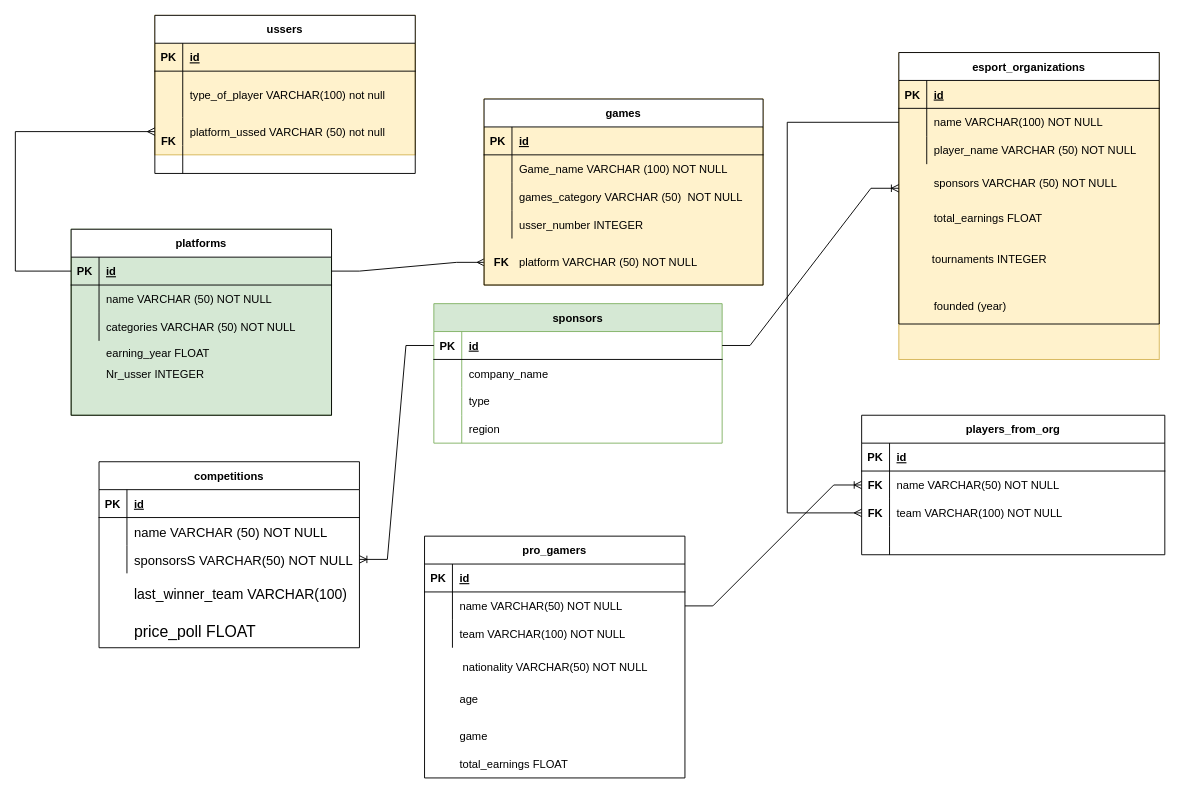
MaticA26/amatica_db_project keeps this draw.io diagram as Diagramă fără titlu.drawio. Above is the earlier version. Source tidied: cells renumbered, new cells numbered last; positions are measured from the earlier drawing's top-left corner, leaving out a move shared by most shapes. Both pictures are drawn from the tidied source at 93%, with x=0, y=0 at pixel (15, 15).
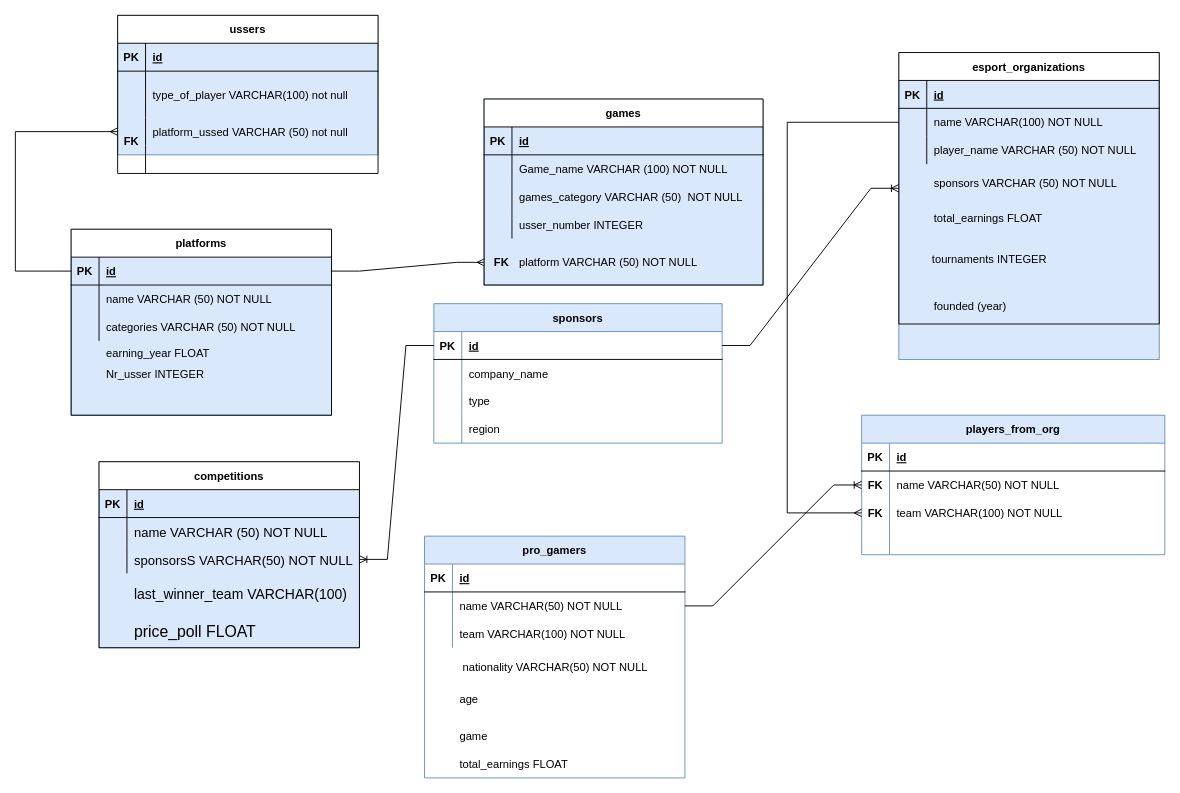
Above is the later version.

Unchanged cells that the change refers to:
```xml
<mxCell id="60" style="group;" parent="1" vertex="1">
  <mxGeometry x="440" y="560" width="280" height="260" as="geometry" />
</mxCell>
```

What changed in the source:
```diff
@@
-    <mxCell id="4" style="group;fillColor=#d5e8d4;strokeColor=#82b366;" parent="1" vertex="1">
+    <mxCell id="4" style="group;fillColor=#dae8fc;strokeColor=#6c8ebf;" parent="1" vertex="1">
       <mxGeometry x="60" y="230" width="280" height="200" as="geometry" />
     </mxCell>
@@
-    <mxCell id="17" style="group;fillColor=#fff2cc;strokeColor=#d6b656;" parent="1" vertex="1">
-      <mxGeometry x="150" width="280" height="150" as="geometry" />
+    <mxCell id="17" style="group;fillColor=#dae8fc;strokeColor=#6c8ebf;" parent="1" vertex="1">
+      <mxGeometry x="110" width="280" height="150" as="geometry" />
     </mxCell>
@@
-    <mxCell id="32" value="&#10;&#10;" style="group;" parent="1" vertex="1">
+    <mxCell id="32" value="&#10;&#10;" style="group;fillColor=#dae8fc;strokeColor=#6c8ebf;" parent="1" vertex="1">
       <mxGeometry x="90" y="480" width="280" height="200" as="geometry" />
     </mxCell>
@@
-    <mxCell id="45" style="group;fillColor=#fff2cc;strokeColor=#d6b656;" parent="1" vertex="1">
+    <mxCell id="45" style="group;fillColor=#dae8fc;strokeColor=#6c8ebf;" parent="1" vertex="1">
       <mxGeometry x="950" y="40" width="280" height="330" as="geometry" />
     </mxCell>
@@
-    <mxCell id="61" value="pro_gamers" style="shape=table;startSize=30;childLayout=tableLayout;rowLines=0;fontStyle=1;align=center;" parent="60" vertex="1">
+    <mxCell id="61" value="pro_gamers" style="shape=table;startSize=30;childLayout=tableLayout;rowLines=0;fontStyle=1;align=center;fillColor=#dae8fc;strokeColor=#6c8ebf;" parent="60" vertex="1">
       <mxGeometry width="280" height="260" as="geometry" />
     </mxCell>
@@
-    <mxCell id="76" style="group;fillColor=#fff2cc;strokeColor=#d6b656;" parent="1" vertex="1">
+    <mxCell id="76" style="group;fillColor=#dae8fc;strokeColor=#6c8ebf;" parent="1" vertex="1">
       <mxGeometry x="504" y="90" width="300" height="200" as="geometry" />
     </mxCell>
@@
-    <mxCell id="94" value="players_from_org" style="shape=table;startSize=30;childLayout=tableLayout;rowLines=0;fontStyle=1;align=center;" parent="1" vertex="1">
+    <mxCell id="94" value="players_from_org" style="shape=table;startSize=30;childLayout=tableLayout;rowLines=0;fontStyle=1;align=center;fillColor=#dae8fc;strokeColor=#6c8ebf;" parent="1" vertex="1">
       <mxGeometry x="910" y="430" width="326" height="150" as="geometry" />
     </mxCell>
@@
-    <mxCell id="111" value="sponsors" style="shape=table;startSize=30;childLayout=tableLayout;rowLines=0;fontStyle=1;align=center;fillColor=#d5e8d4;strokeColor=#82b366;" parent="1" vertex="1">
+    <mxCell id="111" value="sponsors" style="shape=table;startSize=30;childLayout=tableLayout;rowLines=0;fontStyle=1;align=center;fillColor=#dae8fc;strokeColor=#6c8ebf;" parent="1" vertex="1">
       <mxGeometry x="450" y="310" width="310" height="150" as="geometry" />
     </mxCell>
```
